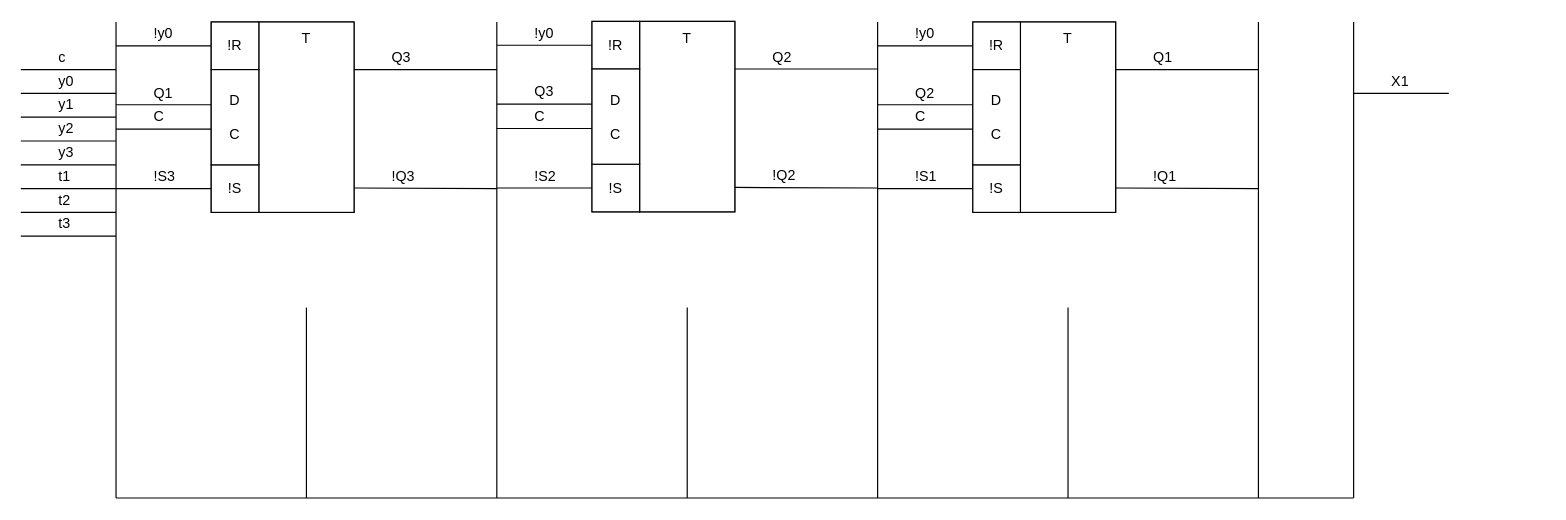
nayutalienx/digital_circuits keeps this draw.io diagram as d_based_register.drawio. Above is the earlier version. Source tidied: cells renumbered, new cells numbered last; positions are measured from the earlier drawing's top-left corner, leaving out a move shared by most shapes. Both pictures are drawn from the tidied source at 119%, with x=0, y=0 at pixel (20, 21).
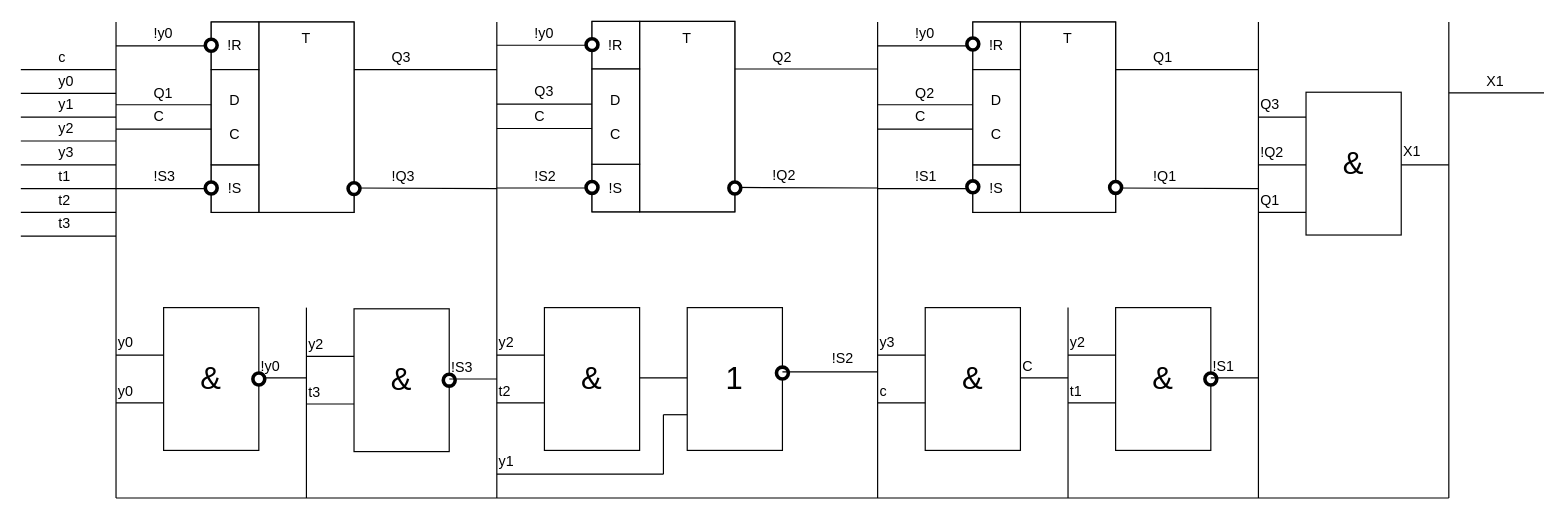
After the change.

What changed in the source:
```diff
@@
     <mxCell id="3" style="endArrow=none;html=1;" parent="1" edge="1">
       <mxGeometry relative="1" as="geometry">
         <mxPoint x="80" y="400" as="sourcePoint" />
-        <mxPoint x="1120" y="400" as="targetPoint" />
+        <mxPoint x="1200" y="400" as="targetPoint" />
       </mxGeometry>
     </mxCell>
     <mxCell id="4" style="endArrow=none;html=1;" parent="1" edge="1">
       <mxGeometry relative="1" as="geometry">
-        <mxPoint x="1120" y="400" as="sourcePoint" />
-        <mxPoint x="1120" as="targetPoint" />
+        <mxPoint x="1200" y="400" as="sourcePoint" />
+        <mxPoint x="1200" as="targetPoint" />
       </mxGeometry>
     </mxCell>
@@
-    <mxCell id="7" style="endArrow=none;html=1;" parent="1" edge="1">
-      <mxGeometry relative="1" as="geometry">
-        <mxPoint x="560" y="400" as="sourcePoint" />
-        <mxPoint x="560" y="240" as="targetPoint" />
-      </mxGeometry>
-    </mxCell>
@@
     <mxCell id="27" value="X1" style="text;html=1;align=left;verticalAlign=top;spacingTop=-4;" parent="1" vertex="1">
-      <mxGeometry x="1150" y="40" width="30" height="20" as="geometry" />
+      <mxGeometry x="1230" y="39.5" width="30" height="20" as="geometry" />
     </mxCell>
     <mxCell id="28" style="endArrow=none;html=1;" parent="1" edge="1">
       <mxGeometry relative="1" as="geometry">
-        <mxPoint x="1120" y="60" as="sourcePoint" />
-        <mxPoint x="1200" y="60" as="targetPoint" />
+        <mxPoint x="1200" y="59.5" as="sourcePoint" />
+        <mxPoint x="1280" y="59.5" as="targetPoint" />
       </mxGeometry>
     </mxCell>
@@
+    <mxCell id="80" style="endArrow=none;html=1;" parent="1" edge="1">
+      <mxGeometry relative="1" as="geometry">
+        <mxPoint x="80" y="280" as="sourcePoint" />
+        <mxPoint x="120" y="280" as="targetPoint" />
+      </mxGeometry>
+    </mxCell>
+    <mxCell id="81" style="endArrow=none;html=1;" parent="1" edge="1">
+      <mxGeometry relative="1" as="geometry">
+        <mxPoint x="80" y="320" as="sourcePoint" />
+        <mxPoint x="120" y="320" as="targetPoint" />
+      </mxGeometry>
+    </mxCell>
+    <mxCell id="82" value="y0" style="text;html=1;align=left;verticalAlign=top;spacingTop=-4;" parent="1" vertex="1">
+      <mxGeometry x="80" y="260" width="30" height="20" as="geometry" />
+    </mxCell>
+    <mxCell id="83" value="y0" style="text;html=1;align=left;verticalAlign=top;spacingTop=-4;" parent="1" vertex="1">
+      <mxGeometry x="80" y="301" width="30" height="20" as="geometry" />
+    </mxCell>
+    <mxCell id="84" value="&lt;font style=&quot;font-size: 26px&quot;&gt;&amp;amp;&lt;/font&gt;" style="rounded=0;whiteSpace=wrap;html=1;" parent="1" vertex="1">
+      <mxGeometry x="120" y="240" width="80" height="120" as="geometry" />
+    </mxCell>
+    <mxCell id="85" value="!y0" style="text;html=1;align=left;verticalAlign=top;spacingTop=-4;" parent="1" vertex="1">
+      <mxGeometry x="200" y="280" width="30" height="20" as="geometry" />
+    </mxCell>
+    <mxCell id="86" style="endArrow=none;html=1;" parent="1" edge="1">
+      <mxGeometry relative="1" as="geometry">
+        <mxPoint x="200" y="299" as="sourcePoint" />
+        <mxPoint x="240" y="299" as="targetPoint" />
+      </mxGeometry>
+    </mxCell>
+    <mxCell id="87" style="shape=mxgraph.bpmn.shape;html=1;verticalLabelPosition=bottom;labelBackgroundColor=#ffffff;verticalAlign=top;align=center;perimeter=ellipsePerimeter;outline=end;symbol=general;" parent="1" vertex="1">
+      <mxGeometry x="155" y="14.5" width="10" height="10" as="geometry" />
+    </mxCell>
+    <mxCell id="88" style="shape=mxgraph.bpmn.shape;html=1;verticalLabelPosition=bottom;labelBackgroundColor=#ffffff;verticalAlign=top;align=center;perimeter=ellipsePerimeter;outline=end;symbol=general;" parent="1" vertex="1">
+      <mxGeometry x="155" y="134.5" width="10" height="10" as="geometry" />
+    </mxCell>
+    <mxCell id="89" style="shape=mxgraph.bpmn.shape;html=1;verticalLabelPosition=bottom;labelBackgroundColor=#ffffff;verticalAlign=top;align=center;perimeter=ellipsePerimeter;outline=end;symbol=general;" parent="1" vertex="1">
+      <mxGeometry x="275" y="135" width="10" height="10" as="geometry" />
+    </mxCell>
+    <mxCell id="90" style="shape=mxgraph.bpmn.shape;html=1;verticalLabelPosition=bottom;labelBackgroundColor=#ffffff;verticalAlign=top;align=center;perimeter=ellipsePerimeter;outline=end;symbol=general;" parent="1" vertex="1">
+      <mxGeometry x="475" y="14" width="10" height="10" as="geometry" />
+    </mxCell>
+    <mxCell id="91" style="shape=mxgraph.bpmn.shape;html=1;verticalLabelPosition=bottom;labelBackgroundColor=#ffffff;verticalAlign=top;align=center;perimeter=ellipsePerimeter;outline=end;symbol=general;" parent="1" vertex="1">
+      <mxGeometry x="475" y="134" width="10" height="10" as="geometry" />
+    </mxCell>
+    <mxCell id="92" style="shape=mxgraph.bpmn.shape;html=1;verticalLabelPosition=bottom;labelBackgroundColor=#ffffff;verticalAlign=top;align=center;perimeter=ellipsePerimeter;outline=end;symbol=general;" parent="1" vertex="1">
+      <mxGeometry x="595" y="134.5" width="10" height="10" as="geometry" />
+    </mxCell>
+    <mxCell id="93" style="shape=mxgraph.bpmn.shape;html=1;verticalLabelPosition=bottom;labelBackgroundColor=#ffffff;verticalAlign=top;align=center;perimeter=ellipsePerimeter;outline=end;symbol=general;" parent="1" vertex="1">
+      <mxGeometry x="795" y="13.5" width="10" height="10" as="geometry" />
+    </mxCell>
+    <mxCell id="94" style="shape=mxgraph.bpmn.shape;html=1;verticalLabelPosition=bottom;labelBackgroundColor=#ffffff;verticalAlign=top;align=center;perimeter=ellipsePerimeter;outline=end;symbol=general;" parent="1" vertex="1">
+      <mxGeometry x="795" y="133.5" width="10" height="10" as="geometry" />
+    </mxCell>
+    <mxCell id="95" style="shape=mxgraph.bpmn.shape;html=1;verticalLabelPosition=bottom;labelBackgroundColor=#ffffff;verticalAlign=top;align=center;perimeter=ellipsePerimeter;outline=end;symbol=general;" parent="1" vertex="1">
+      <mxGeometry x="915" y="134" width="10" height="10" as="geometry" />
+    </mxCell>
+    <mxCell id="96" style="shape=mxgraph.bpmn.shape;html=1;verticalLabelPosition=bottom;labelBackgroundColor=#ffffff;verticalAlign=top;align=center;perimeter=ellipsePerimeter;outline=end;symbol=general;" parent="1" vertex="1">
+      <mxGeometry x="195" y="295" width="10" height="10" as="geometry" />
+    </mxCell>
+    <mxCell id="97" value="&lt;font style=&quot;font-size: 26px&quot;&gt;&amp;amp;&lt;/font&gt;" style="rounded=0;whiteSpace=wrap;html=1;" parent="1" vertex="1">
+      <mxGeometry x="280" y="241" width="80" height="120" as="geometry" />
+    </mxCell>
+    <mxCell id="98" value="!S3" style="text;html=1;align=left;verticalAlign=top;spacingTop=-4;" parent="1" vertex="1">
+      <mxGeometry x="360" y="281" width="30" height="20" as="geometry" />
+    </mxCell>
+    <mxCell id="99" style="shape=mxgraph.bpmn.shape;html=1;verticalLabelPosition=bottom;labelBackgroundColor=#ffffff;verticalAlign=top;align=center;perimeter=ellipsePerimeter;outline=end;symbol=general;" parent="1" vertex="1">
+      <mxGeometry x="355" y="296" width="10" height="10" as="geometry" />
+    </mxCell>
+    <mxCell id="100" value="y2" style="text;html=1;align=left;verticalAlign=top;spacingTop=-4;" parent="1" vertex="1">
+      <mxGeometry x="240" y="261" width="30" height="20" as="geometry" />
+    </mxCell>
+    <mxCell id="101" style="endArrow=none;html=1;" parent="1" edge="1">
+      <mxGeometry relative="1" as="geometry">
+        <mxPoint x="240" y="281" as="sourcePoint" />
+        <mxPoint x="280" y="281" as="targetPoint" />
+      </mxGeometry>
+    </mxCell>
+    <mxCell id="102" value="t3" style="text;html=1;align=left;verticalAlign=top;spacingTop=-4;" parent="1" vertex="1">
+      <mxGeometry x="240" y="302" width="30" height="20" as="geometry" />
+    </mxCell>
+    <mxCell id="103" style="endArrow=none;html=1;" parent="1" edge="1">
+      <mxGeometry relative="1" as="geometry">
+        <mxPoint x="240" y="321" as="sourcePoint" />
+        <mxPoint x="280" y="321" as="targetPoint" />
+      </mxGeometry>
+    </mxCell>
+    <mxCell id="104" style="endArrow=none;html=1;" parent="1" edge="1">
+      <mxGeometry relative="1" as="geometry">
+        <mxPoint x="360" y="300" as="sourcePoint" />
+        <mxPoint x="400" y="300" as="targetPoint" />
+      </mxGeometry>
+    </mxCell>
+    <mxCell id="105" value="&lt;font style=&quot;font-size: 26px&quot;&gt;&amp;amp;&lt;/font&gt;" style="rounded=0;whiteSpace=wrap;html=1;" parent="1" vertex="1">
+      <mxGeometry x="440" y="240" width="80" height="120" as="geometry" />
+    </mxCell>
+    <mxCell id="106" value="y2" style="text;html=1;align=left;verticalAlign=top;spacingTop=-4;" parent="1" vertex="1">
+      <mxGeometry x="400" y="260" width="30" height="20" as="geometry" />
+    </mxCell>
+    <mxCell id="107" style="endArrow=none;html=1;" parent="1" edge="1">
+      <mxGeometry relative="1" as="geometry">
+        <mxPoint x="400" y="280" as="sourcePoint" />
+        <mxPoint x="440" y="280" as="targetPoint" />
+      </mxGeometry>
+    </mxCell>
+    <mxCell id="108" value="t2" style="text;html=1;align=left;verticalAlign=top;spacingTop=-4;" parent="1" vertex="1">
+      <mxGeometry x="400" y="301" width="30" height="20" as="geometry" />
+    </mxCell>
+    <mxCell id="109" style="endArrow=none;html=1;" parent="1" edge="1">
+      <mxGeometry relative="1" as="geometry">
+        <mxPoint x="400" y="320" as="sourcePoint" />
+        <mxPoint x="440" y="320" as="targetPoint" />
+      </mxGeometry>
+    </mxCell>
+    <mxCell id="110" style="endArrow=none;html=1;" parent="1" edge="1">
+      <mxGeometry relative="1" as="geometry">
+        <mxPoint x="520" y="299" as="sourcePoint" />
+        <mxPoint x="560" y="299" as="targetPoint" />
+      </mxGeometry>
+    </mxCell>
+    <mxCell id="111" value="&lt;font style=&quot;font-size: 26px&quot;&gt;1&lt;/font&gt;" style="rounded=0;whiteSpace=wrap;html=1;" parent="1" vertex="1">
+      <mxGeometry x="560" y="240" width="80" height="120" as="geometry" />
+    </mxCell>
+    <mxCell id="112" style="endArrow=none;html=1;" parent="1" edge="1">
+      <mxGeometry relative="1" as="geometry">
+        <mxPoint x="400" y="380" as="sourcePoint" />
+        <mxPoint x="540" y="380" as="targetPoint" />
+      </mxGeometry>
+    </mxCell>
+    <mxCell id="113" style="endArrow=none;html=1;" parent="1" edge="1">
+      <mxGeometry relative="1" as="geometry">
+        <mxPoint x="540" y="380" as="sourcePoint" />
+        <mxPoint x="540" y="330" as="targetPoint" />
+      </mxGeometry>
+    </mxCell>
+    <mxCell id="114" style="endArrow=none;html=1;" parent="1" edge="1">
+      <mxGeometry relative="1" as="geometry">
+        <mxPoint x="540" y="330" as="sourcePoint" />
+        <mxPoint x="560" y="330" as="targetPoint" />
+      </mxGeometry>
+    </mxCell>
+    <mxCell id="115" value="y1" style="text;html=1;align=left;verticalAlign=top;spacingTop=-4;" parent="1" vertex="1">
+      <mxGeometry x="400" y="360" width="30" height="20" as="geometry" />
+    </mxCell>
+    <mxCell id="116" style="shape=mxgraph.bpmn.shape;html=1;verticalLabelPosition=bottom;labelBackgroundColor=#ffffff;verticalAlign=top;align=center;perimeter=ellipsePerimeter;outline=end;symbol=general;" parent="1" vertex="1">
+      <mxGeometry x="635" y="290" width="10" height="10" as="geometry" />
+    </mxCell>
+    <mxCell id="117" style="endArrow=none;html=1;" parent="1" edge="1">
+      <mxGeometry relative="1" as="geometry">
+        <mxPoint x="640" y="294" as="sourcePoint" />
+        <mxPoint x="720" y="294" as="targetPoint" />
+      </mxGeometry>
+    </mxCell>
+    <mxCell id="118" value="!S2" style="text;html=1;align=left;verticalAlign=top;spacingTop=-4;" parent="1" vertex="1">
+      <mxGeometry x="680" y="273" width="30" height="20" as="geometry" />
+    </mxCell>
+    <mxCell id="119" value="&lt;font style=&quot;font-size: 26px&quot;&gt;&amp;amp;&lt;/font&gt;" style="rounded=0;whiteSpace=wrap;html=1;" parent="1" vertex="1">
+      <mxGeometry x="760" y="240" width="80" height="120" as="geometry" />
+    </mxCell>
+    <mxCell id="120" value="C" style="text;html=1;align=left;verticalAlign=top;spacingTop=-4;" parent="1" vertex="1">
+      <mxGeometry x="840" y="280" width="20" height="20" as="geometry" />
+    </mxCell>
+    <mxCell id="121" value="y3" style="text;html=1;align=left;verticalAlign=top;spacingTop=-4;" parent="1" vertex="1">
+      <mxGeometry x="720" y="260" width="30" height="20" as="geometry" />
+    </mxCell>
+    <mxCell id="122" style="endArrow=none;html=1;" parent="1" edge="1">
+      <mxGeometry relative="1" as="geometry">
+        <mxPoint x="720" y="280" as="sourcePoint" />
+        <mxPoint x="760" y="280" as="targetPoint" />
+      </mxGeometry>
+    </mxCell>
+    <mxCell id="123" value="c" style="text;html=1;align=left;verticalAlign=top;spacingTop=-4;" parent="1" vertex="1">
+      <mxGeometry x="720" y="301" width="20" height="20" as="geometry" />
+    </mxCell>
+    <mxCell id="124" style="endArrow=none;html=1;" parent="1" edge="1">
+      <mxGeometry relative="1" as="geometry">
+        <mxPoint x="720" y="320" as="sourcePoint" />
+        <mxPoint x="760" y="320" as="targetPoint" />
+      </mxGeometry>
+    </mxCell>
+    <mxCell id="125" style="endArrow=none;html=1;" parent="1" edge="1">
+      <mxGeometry relative="1" as="geometry">
+        <mxPoint x="840" y="299" as="sourcePoint" />
+        <mxPoint x="880" y="299" as="targetPoint" />
+      </mxGeometry>
+    </mxCell>
+    <mxCell id="126" value="&lt;font style=&quot;font-size: 26px&quot;&gt;&amp;amp;&lt;/font&gt;" style="rounded=0;whiteSpace=wrap;html=1;" parent="1" vertex="1">
+      <mxGeometry x="920" y="240" width="80" height="120" as="geometry" />
+    </mxCell>
+    <mxCell id="127" value="!S1" style="text;html=1;align=left;verticalAlign=top;spacingTop=-4;" parent="1" vertex="1">
+      <mxGeometry x="1000" y="280" width="30" height="20" as="geometry" />
+    </mxCell>
+    <mxCell id="128" style="shape=mxgraph.bpmn.shape;html=1;verticalLabelPosition=bottom;labelBackgroundColor=#ffffff;verticalAlign=top;align=center;perimeter=ellipsePerimeter;outline=end;symbol=general;" parent="1" vertex="1">
+      <mxGeometry x="995" y="295" width="10" height="10" as="geometry" />
+    </mxCell>
+    <mxCell id="129" value="y2" style="text;html=1;align=left;verticalAlign=top;spacingTop=-4;" parent="1" vertex="1">
+      <mxGeometry x="880" y="260" width="30" height="20" as="geometry" />
+    </mxCell>
+    <mxCell id="130" style="endArrow=none;html=1;" parent="1" edge="1">
+      <mxGeometry relative="1" as="geometry">
+        <mxPoint x="880" y="280" as="sourcePoint" />
+        <mxPoint x="920" y="280" as="targetPoint" />
+      </mxGeometry>
+    </mxCell>
+    <mxCell id="131" value="t1" style="text;html=1;align=left;verticalAlign=top;spacingTop=-4;" parent="1" vertex="1">
+      <mxGeometry x="880" y="301" width="30" height="20" as="geometry" />
+    </mxCell>
+    <mxCell id="132" style="endArrow=none;html=1;" parent="1" edge="1">
+      <mxGeometry relative="1" as="geometry">
+        <mxPoint x="880" y="320" as="sourcePoint" />
+        <mxPoint x="920" y="320" as="targetPoint" />
+      </mxGeometry>
+    </mxCell>
+    <mxCell id="133" style="endArrow=none;html=1;" parent="1" edge="1">
+      <mxGeometry relative="1" as="geometry">
+        <mxPoint x="1000" y="299" as="sourcePoint" />
+        <mxPoint x="1040" y="299" as="targetPoint" />
+      </mxGeometry>
+    </mxCell>
+    <mxCell id="134" style="endArrow=none;html=1;" parent="1" edge="1">
+      <mxGeometry relative="1" as="geometry">
+        <mxPoint x="1040" y="80" as="sourcePoint" />
+        <mxPoint x="1080" y="80" as="targetPoint" />
+      </mxGeometry>
+    </mxCell>
+    <mxCell id="135" style="endArrow=none;html=1;" parent="1" edge="1">
+      <mxGeometry relative="1" as="geometry">
+        <mxPoint x="1040" y="120" as="sourcePoint" />
+        <mxPoint x="1080" y="120" as="targetPoint" />
+      </mxGeometry>
+    </mxCell>
+    <mxCell id="136" style="endArrow=none;html=1;" parent="1" edge="1">
+      <mxGeometry relative="1" as="geometry">
+        <mxPoint x="1040" y="160" as="sourcePoint" />
+        <mxPoint x="1080" y="160" as="targetPoint" />
+      </mxGeometry>
+    </mxCell>
+    <mxCell id="137" value="Q3" style="text;html=1;align=left;verticalAlign=top;spacingTop=-4;" parent="1" vertex="1">
+      <mxGeometry x="1040" y="60" width="30" height="20" as="geometry" />
+    </mxCell>
+    <mxCell id="138" value="!Q2" style="text;html=1;align=left;verticalAlign=top;spacingTop=-4;" parent="1" vertex="1">
+      <mxGeometry x="1040" y="100" width="30" height="20" as="geometry" />
+    </mxCell>
+    <mxCell id="139" value="Q1" style="text;html=1;align=left;verticalAlign=top;spacingTop=-4;" parent="1" vertex="1">
+      <mxGeometry x="1040" y="140" width="30" height="20" as="geometry" />
+    </mxCell>
+    <mxCell id="140" value="&lt;font style=&quot;font-size: 26px&quot;&gt;&amp;amp;&lt;/font&gt;" style="rounded=0;whiteSpace=wrap;html=1;" parent="1" vertex="1">
+      <mxGeometry x="1080" y="59" width="80" height="120" as="geometry" />
+    </mxCell>
+    <mxCell id="141" style="endArrow=none;html=1;" parent="1" edge="1">
+      <mxGeometry relative="1" as="geometry">
+        <mxPoint x="1160" y="120" as="sourcePoint" />
+        <mxPoint x="1200" y="120" as="targetPoint" />
+      </mxGeometry>
+    </mxCell>
+    <mxCell id="142" value="X1" style="text;html=1;align=left;verticalAlign=top;spacingTop=-4;" parent="1" vertex="1">
+      <mxGeometry x="1160" y="99" width="30" height="20" as="geometry" />
+    </mxCell>
```
